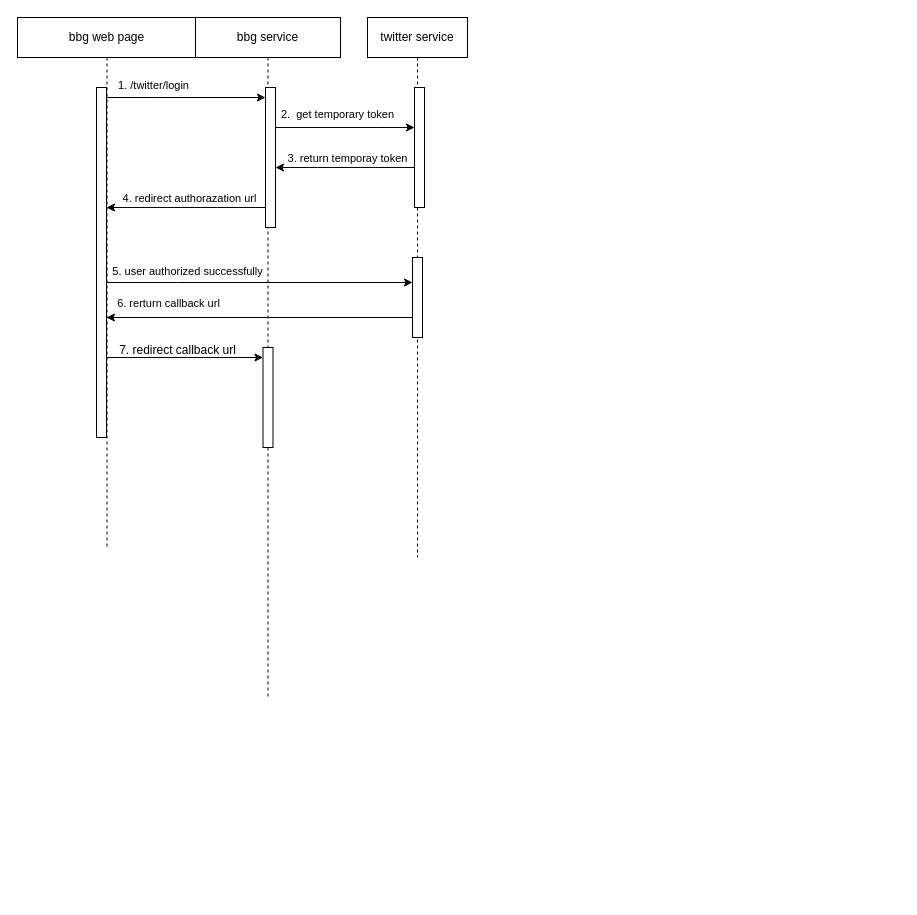
Earlier version of the draw.io diagram uml/bbg- twitter-signup.drawio (wokoemp/chart-repo). Source tidied: cells renumbered, new cells numbered last; positions are measured from the earlier drawing's top-left corner, leaving out a move shared by most shapes. Both pictures are drawn from the tidied source at 100%, with x=0, y=0 at pixel (17, 17).
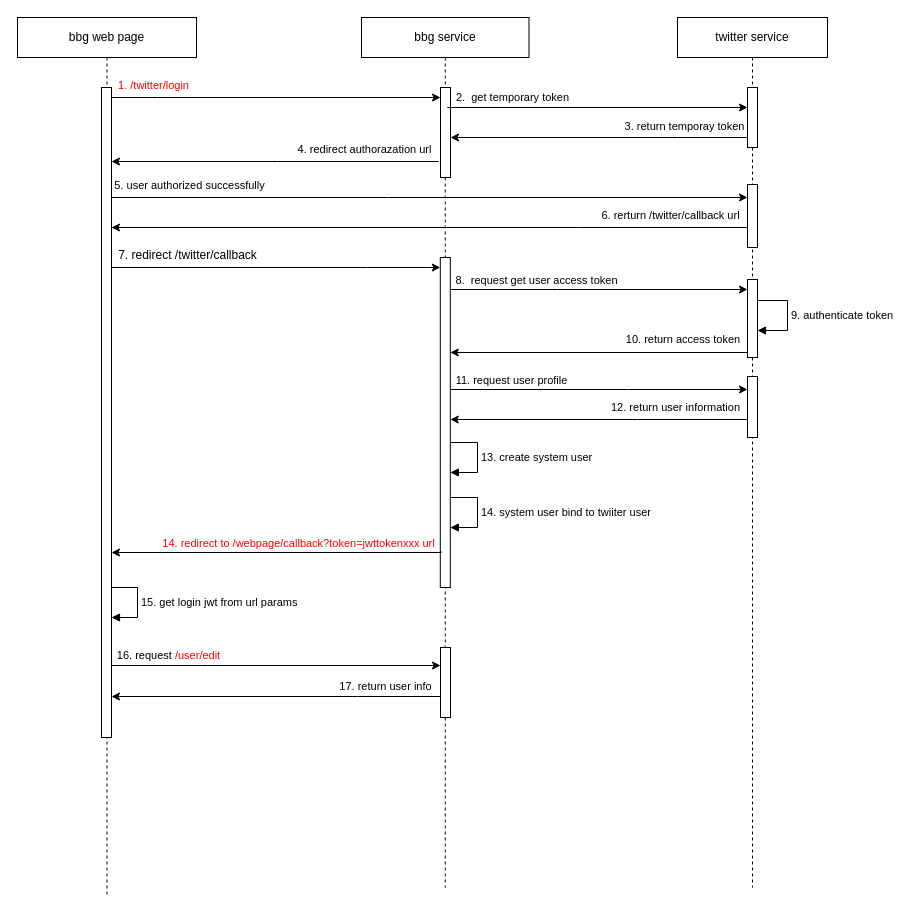
After the change.

Unchanged cells that the change refers to:
```xml
<mxCell id="10" style="edgeStyle=orthogonalEdgeStyle;rounded=0;jettySize=auto;html=1;curved=0;" parent="1" edge="1" source="3" target="5">
  <mxGeometry relative="1" as="geometry">
    <Array as="points">
      <mxPoint x="140" y="80" />
      <mxPoint x="140" y="80" />
    </Array>
  </mxGeometry>
</mxCell>
```

The edit, as a diff of the source:
```diff
@@
     <mxCell id="2" value="bbg web page" style="shape=umlLifeline;perimeter=lifelinePerimeter;whiteSpace=wrap;html=1;newEdgeStyle={&quot;curved&quot;:0,&quot;rounded&quot;:0};" parent="1" vertex="1">
-      <mxGeometry width="179" height="530" as="geometry" />
+      <mxGeometry width="179" height="880" as="geometry" />
     </mxCell>
     <mxCell id="3" style="html=1;points=[[0,0,0,0,5],[0,1,0,0,-5],[1,0,0,0,5],[1,1,0,0,-5]];perimeter=orthogonalPerimeter;outlineConnect=0;targetShapes=umlLifeline;portConstraint=eastwest;newEdgeStyle={&quot;curved&quot;:0,&quot;rounded&quot;:0};" parent="2" vertex="1">
-      <mxGeometry x="79" y="70" width="10" height="350" as="geometry" />
+      <mxGeometry x="84" y="70" width="10" height="650" as="geometry" />
     </mxCell>
+    <mxCell id="24" value="15. get login jwt from url params" style="html=1;align=left;spacingLeft=2;endArrow=block;rounded=0;edgeStyle=orthogonalEdgeStyle;curved=0;rounded=0;" parent="2" edge="1" source="3" target="3">
+      <mxGeometry relative="1" as="geometry">
+        <Array as="points">
+          <mxPoint x="120" y="570" />
+          <mxPoint x="120" y="600" />
+        </Array>
+      </mxGeometry>
+    </mxCell>
     <mxCell id="4" value="bbg service" style="shape=umlLifeline;perimeter=lifelinePerimeter;whiteSpace=wrap;html=1;newEdgeStyle={&quot;curved&quot;:0,&quot;rounded&quot;:0};" parent="1" vertex="1">
-      <mxGeometry x="178" width="145" height="680" as="geometry" />
+      <mxGeometry x="344" width="167.5" height="870" as="geometry" />
     </mxCell>
     <mxCell id="5" style="html=1;points=[[0,0,0,0,5],[0,1,0,0,-5],[1,0,0,0,5],[1,1,0,0,-5]];perimeter=orthogonalPerimeter;outlineConnect=0;targetShapes=umlLifeline;portConstraint=eastwest;newEdgeStyle={&quot;curved&quot;:0,&quot;rounded&quot;:0};" parent="4" vertex="1">
-      <mxGeometry x="70" y="70" width="10" height="140" as="geometry" />
+      <mxGeometry x="79" y="70" width="10" height="90" as="geometry" />
     </mxCell>
     <mxCell id="6" style="html=1;points=[[0,0,0,0,5],[0,1,0,0,-5],[1,0,0,0,5],[1,1,0,0,-5]];perimeter=orthogonalPerimeter;outlineConnect=0;targetShapes=umlLifeline;portConstraint=eastwest;newEdgeStyle={&quot;curved&quot;:0,&quot;rounded&quot;:0};" parent="4" vertex="1">
-      <mxGeometry x="67.5" y="330" width="10" height="100" as="geometry" />
+      <mxGeometry x="78.8" y="240" width="10" height="330" as="geometry" />
     </mxCell>
+    <mxCell id="25" value="13. create system user" style="html=1;align=left;spacingLeft=2;endArrow=block;rounded=0;edgeStyle=orthogonalEdgeStyle;curved=0;rounded=0;" parent="4" edge="1" source="6" target="6">
+      <mxGeometry relative="1" as="geometry">
+        <Array as="points">
+          <mxPoint x="116" y="425" />
+          <mxPoint x="116" y="455" />
+        </Array>
+      </mxGeometry>
+    </mxCell>
+    <mxCell id="26" value="14. system user bind to twiiter user&amp;nbsp;" style="html=1;align=left;spacingLeft=2;endArrow=block;rounded=0;edgeStyle=orthogonalEdgeStyle;curved=0;rounded=0;" parent="4" edge="1" source="6" target="6">
+      <mxGeometry relative="1" as="geometry">
+        <Array as="points">
+          <mxPoint x="116" y="480" />
+          <mxPoint x="116" y="510" />
+        </Array>
+      </mxGeometry>
+    </mxCell>
+    <mxCell id="27" style="html=1;perimeter=orthogonalPerimeter;targetShapes=umlLifeline;newEdgeStyle={&quot;curved&quot;:0,&quot;rounded&quot;:0};" parent="4" vertex="1">
+      <mxGeometry x="79" y="630" width="10" height="70" as="geometry" />
+    </mxCell>
     <mxCell id="7" value="twitter service" style="shape=umlLifeline;perimeter=lifelinePerimeter;whiteSpace=wrap;html=1;newEdgeStyle={&quot;curved&quot;:0,&quot;rounded&quot;:0};" parent="1" vertex="1">
-      <mxGeometry x="350" width="100" height="540" as="geometry" />
+      <mxGeometry x="660" width="150" height="870" as="geometry" />
     </mxCell>
     <mxCell id="8" style="html=1;points=[[0,0,0,0,5],[0,1,0,0,-5],[1,0,0,0,5],[1,1,0,0,-5]];perimeter=orthogonalPerimeter;outlineConnect=0;targetShapes=umlLifeline;portConstraint=eastwest;newEdgeStyle={&quot;curved&quot;:0,&quot;rounded&quot;:0};" parent="7" vertex="1">
-      <mxGeometry x="47" y="70" width="10" height="120" as="geometry" />
+      <mxGeometry x="70" y="70" width="10" height="60" as="geometry" />
     </mxCell>
     <mxCell id="9" style="html=1;points=[[0,0,0,0,5],[0,1,0,0,-5],[1,0,0,0,5],[1,1,0,0,-5]];perimeter=orthogonalPerimeter;outlineConnect=0;targetShapes=umlLifeline;portConstraint=eastwest;newEdgeStyle={&quot;curved&quot;:0,&quot;rounded&quot;:0};" parent="7" vertex="1">
-      <mxGeometry x="45" y="240" width="10" height="80" as="geometry" />
+      <mxGeometry x="70" y="167" width="10" height="63" as="geometry" />
     </mxCell>
+    <mxCell id="28" style="html=1;perimeter=orthogonalPerimeter;targetShapes=umlLifeline;newEdgeStyle={&quot;curved&quot;:0,&quot;rounded&quot;:0};" parent="7" vertex="1">
+      <mxGeometry x="70" y="262" width="10" height="78" as="geometry" />
+    </mxCell>
+    <mxCell id="29" value="9. authenticate token&amp;nbsp;&amp;nbsp;" style="html=1;align=left;spacingLeft=2;endArrow=block;rounded=0;edgeStyle=orthogonalEdgeStyle;curved=0;rounded=0;" parent="7" edge="1">
+      <mxGeometry relative="1" as="geometry">
+        <mxPoint x="80" y="283" as="sourcePoint" />
+        <mxPoint x="80" y="313" as="targetPoint" />
+        <Array as="points">
+          <mxPoint x="110" y="283" />
+          <mxPoint x="110" y="313" />
+        </Array>
+      </mxGeometry>
+    </mxCell>
+    <mxCell id="30" style="html=1;perimeter=orthogonalPerimeter;targetShapes=umlLifeline;newEdgeStyle={&quot;curved&quot;:0,&quot;rounded&quot;:0};" parent="7" vertex="1">
+      <mxGeometry x="70" y="359" width="10" height="61" as="geometry" />
+    </mxCell>
@@
-    <mxCell id="11" value="1. /twitter/login" style="edgeLabel;html=1;align=center;verticalAlign=middle;" parent="10" vertex="1">
+    <mxCell id="11" value="&lt;font color=&quot;#ff0000&quot;&gt;1. /twitter/login&lt;/font&gt;" style="edgeLabel;html=1;align=center;verticalAlign=middle;" parent="10" vertex="1">
       <mxGeometry x="-0.8" y="2" relative="1" as="geometry">
-        <mxPoint x="30" y="-11" as="offset" />
+        <mxPoint x="8" y="-11" as="offset" />
       </mxGeometry>
     </mxCell>
-    <mxCell id="12" style="edgeStyle=orthogonalEdgeStyle;rounded=0;jettySize=auto;html=1;curved=0;" parent="1" edge="1" source="5" target="8">
+    <mxCell id="12" style="edgeStyle=orthogonalEdgeStyle;rounded=0;orthogonalLoop=1;jettySize=auto;html=1;curved=0;" parent="1" edge="1">
       <mxGeometry relative="1" as="geometry">
+        <mxPoint x="491" y="90" as="sourcePoint" />
+        <mxPoint x="730" y="90" as="targetPoint" />
         <Array as="points">
-          <mxPoint x="360" y="110" />
-          <mxPoint x="360" y="110" />
+          <mxPoint x="430" y="90" />
+          <mxPoint x="430" y="90" />
         </Array>
       </mxGeometry>
     </mxCell>
     <mxCell id="13" value="2.&amp;nbsp; get temporary token" style="edgeLabel;html=1;align=center;verticalAlign=middle;" parent="12" vertex="1">
       <mxGeometry x="-0.87" y="3" relative="1" as="geometry">
-        <mxPoint x="52" y="-11" as="offset" />
+        <mxPoint x="26" y="-14" as="offset" />
       </mxGeometry>
     </mxCell>
-    <mxCell id="14" style="edgeStyle=orthogonalEdgeStyle;rounded=0;jettySize=auto;html=1;curved=0;" parent="1" edge="1" source="8" target="5">
-      <mxGeometry relative="1" as="geometry">
-        <Array as="points">
-          <mxPoint x="300" y="150" />
-          <mxPoint x="300" y="150" />
-        </Array>
-      </mxGeometry>
-    </mxCell>
-    <mxCell id="15" value="3. return temporay token" style="edgeLabel;html=1;align=center;verticalAlign=middle;" parent="14" vertex="1">
-      <mxGeometry x="0.75" y="-3" relative="1" as="geometry">
-        <mxPoint x="54" y="-7" as="offset" />
-      </mxGeometry>
-    </mxCell>
-    <mxCell id="16" style="edgeStyle=orthogonalEdgeStyle;rounded=0;jettySize=auto;html=1;curved=0;" parent="1" edge="1" source="5" target="3">
+    <mxCell id="16" style="edgeStyle=orthogonalEdgeStyle;rounded=0;orthogonalLoop=1;jettySize=auto;html=1;curved=0;" parent="1" edge="1">
       <mxGeometry relative="1" as="geometry">
+        <mxPoint x="421" y="144" as="sourcePoint" />
+        <mxPoint x="94" y="144" as="targetPoint" />
         <Array as="points">
-          <mxPoint x="200" y="190" />
-          <mxPoint x="200" y="190" />
+          <mxPoint x="260" y="144" />
+          <mxPoint x="260" y="144" />
         </Array>
       </mxGeometry>
     </mxCell>
     <mxCell id="17" value="4. redirect authorazation url" style="edgeLabel;html=1;align=center;verticalAlign=middle;" parent="16" vertex="1">
       <mxGeometry x="0.72" y="-3" relative="1" as="geometry">
-        <mxPoint x="60" y="-7" as="offset" />
+        <mxPoint x="206" y="-10" as="offset" />
       </mxGeometry>
     </mxCell>
     <mxCell id="18" style="edgeStyle=orthogonalEdgeStyle;rounded=0;jettySize=auto;html=1;curved=0;" parent="1" edge="1" source="3" target="9">
       <mxGeometry relative="1" as="geometry">
         <Array as="points">
-          <mxPoint x="160" y="265" />
-          <mxPoint x="160" y="265" />
+          <mxPoint x="370" y="180" />
+          <mxPoint x="370" y="180" />
         </Array>
       </mxGeometry>
     </mxCell>
     <mxCell id="19" value="5. user authorized successfully" style="edgeLabel;html=1;align=center;verticalAlign=middle;" parent="18" vertex="1">
       <mxGeometry x="-0.9" relative="1" as="geometry">
-        <mxPoint x="65" y="-12" as="offset" />
+        <mxPoint x="45" y="-13" as="offset" />
       </mxGeometry>
     </mxCell>
     <mxCell id="20" style="edgeStyle=orthogonalEdgeStyle;rounded=0;jettySize=auto;html=1;curved=0;" parent="1" edge="1" source="9" target="3">
       <mxGeometry relative="1" as="geometry">
         <Array as="points">
-          <mxPoint x="250" y="300" />
-          <mxPoint x="250" y="300" />
+          <mxPoint x="560" y="210" />
+          <mxPoint x="560" y="210" />
         </Array>
       </mxGeometry>
     </mxCell>
-    <mxCell id="21" value="6. rerturn callback url" style="edgeLabel;html=1;align=center;verticalAlign=middle;" parent="20" vertex="1">
+    <mxCell id="21" value="6. rerturn /twitter/callback url" style="edgeLabel;html=1;align=center;verticalAlign=middle;" parent="20" vertex="1">
       <mxGeometry x="0.89" y="-4" relative="1" as="geometry">
-        <mxPoint x="44" y="-11" as="offset" />
+        <mxPoint x="523" y="-9" as="offset" />
       </mxGeometry>
     </mxCell>
     <mxCell id="22" style="edgeStyle=orthogonalEdgeStyle;rounded=0;jettySize=auto;html=1;curved=0;" parent="1" edge="1" source="3" target="6">
       <mxGeometry relative="1" as="geometry">
         <Array as="points">
-          <mxPoint x="170" y="340" />
-          <mxPoint x="170" y="340" />
+          <mxPoint x="350" y="250" />
+          <mxPoint x="350" y="250" />
         </Array>
       </mxGeometry>
     </mxCell>
-    <mxCell id="23" value="7. redirect callback url" style="text;html=1;align=center;verticalAlign=middle;strokeColor=none;fillColor=none;" parent="1" vertex="1">
-      <mxGeometry x="90" y="318" width="140" height="30" as="geometry" />
+    <mxCell id="23" value="7. redirect /twitter/callback" style="text;html=1;align=center;verticalAlign=middle;strokeColor=none;fillColor=none;" parent="1" vertex="1">
+      <mxGeometry x="90" y="223" width="160" height="30" as="geometry" />
     </mxCell>
+    <mxCell id="31" style="edgeStyle=orthogonalEdgeStyle;rounded=0;orthogonalLoop=1;jettySize=auto;html=1;curved=0;" parent="1" edge="1">
+      <mxGeometry relative="1" as="geometry">
+        <mxPoint x="432.8" y="272" as="sourcePoint" />
+        <mxPoint x="730" y="272" as="targetPoint" />
+        <Array as="points">
+          <mxPoint x="540" y="272" />
+          <mxPoint x="540" y="272" />
+        </Array>
+      </mxGeometry>
+    </mxCell>
+    <mxCell id="32" value="8.&amp;nbsp; request get user access token" style="edgeLabel;html=1;align=center;verticalAlign=middle;" parent="31" vertex="1">
+      <mxGeometry x="-0.81" y="2" relative="1" as="geometry">
+        <mxPoint x="58" y="-8" as="offset" />
+      </mxGeometry>
+    </mxCell>
+    <mxCell id="33" style="edgeStyle=orthogonalEdgeStyle;rounded=0;jettySize=auto;html=1;curved=0;" parent="1" edge="1" target="6">
+      <mxGeometry relative="1" as="geometry">
+        <mxPoint x="730" y="334" as="sourcePoint" />
+        <Array as="points">
+          <mxPoint x="730" y="335" />
+        </Array>
+      </mxGeometry>
+    </mxCell>
+    <mxCell id="34" value="10. return access token&amp;nbsp;" style="edgeLabel;html=1;align=center;verticalAlign=middle;" parent="33" vertex="1">
+      <mxGeometry x="0.77" y="-2" relative="1" as="geometry">
+        <mxPoint x="199" y="-12" as="offset" />
+      </mxGeometry>
+    </mxCell>
+    <mxCell id="35" style="edgeStyle=orthogonalEdgeStyle;rounded=0;orthogonalLoop=1;jettySize=auto;html=1;curved=0;" parent="1" edge="1">
+      <mxGeometry relative="1" as="geometry">
+        <mxPoint x="432.8" y="372" as="sourcePoint" />
+        <mxPoint x="730" y="372" as="targetPoint" />
+        <Array as="points">
+          <mxPoint x="610" y="372" />
+          <mxPoint x="610" y="372" />
+        </Array>
+      </mxGeometry>
+    </mxCell>
+    <mxCell id="36" value="11. request user profile" style="edgeLabel;html=1;align=center;verticalAlign=middle;" parent="35" vertex="1">
+      <mxGeometry x="-0.82" relative="1" as="geometry">
+        <mxPoint x="34" y="-10" as="offset" />
+      </mxGeometry>
+    </mxCell>
+    <mxCell id="14" style="edgeStyle=orthogonalEdgeStyle;rounded=0;jettySize=auto;html=1;curved=0;" parent="1" edge="1" source="8" target="5">
+      <mxGeometry relative="1" as="geometry">
+        <Array as="points">
+          <mxPoint x="660" y="120" />
+          <mxPoint x="660" y="120" />
+        </Array>
+      </mxGeometry>
+    </mxCell>
+    <mxCell id="15" value="3. return temporay token" style="edgeLabel;html=1;align=center;verticalAlign=middle;" parent="14" vertex="1">
+      <mxGeometry x="0.76" y="-4" relative="1" as="geometry">
+        <mxPoint x="197" y="-8" as="offset" />
+      </mxGeometry>
+    </mxCell>
+    <mxCell id="37" style="edgeStyle=orthogonalEdgeStyle;rounded=0;orthogonalLoop=1;jettySize=auto;html=1;curved=0;" parent="1" edge="1">
+      <mxGeometry relative="1" as="geometry">
+        <mxPoint x="730" y="402" as="sourcePoint" />
+        <mxPoint x="432.8" y="402" as="targetPoint" />
+        <Array as="points">
+          <mxPoint x="620" y="402" />
+          <mxPoint x="620" y="402" />
+        </Array>
+      </mxGeometry>
+    </mxCell>
+    <mxCell id="38" value="12. return user information" style="edgeLabel;html=1;align=center;verticalAlign=middle;" parent="37" vertex="1">
+      <mxGeometry x="0.83" y="-1" relative="1" as="geometry">
+        <mxPoint x="199" y="-12" as="offset" />
+      </mxGeometry>
+    </mxCell>
+    <mxCell id="39" style="edgeStyle=orthogonalEdgeStyle;rounded=0;orthogonalLoop=1;jettySize=auto;html=1;curved=0;" parent="1" edge="1">
+      <mxGeometry relative="1" as="geometry">
+        <mxPoint x="423.8" y="534" as="sourcePoint" />
+        <mxPoint x="94" y="535" as="targetPoint" />
+        <Array as="points">
+          <mxPoint x="424" y="535" />
+        </Array>
+      </mxGeometry>
+    </mxCell>
+    <mxCell id="40" value="14. redirect to /webpage/callback?token=jwttokenxxx url" style="edgeLabel;html=1;align=center;verticalAlign=middle;fontColor=#FF0000;" parent="39" vertex="1">
+      <mxGeometry x="0.81" y="-1" relative="1" as="geometry">
+        <mxPoint x="155" y="-9" as="offset" />
+      </mxGeometry>
+    </mxCell>
+    <mxCell id="41" style="edgeStyle=orthogonalEdgeStyle;rounded=0;orthogonalLoop=1;jettySize=auto;html=1;curved=0;" parent="1" edge="1">
+      <mxGeometry relative="1" as="geometry">
+        <mxPoint x="94" y="648" as="sourcePoint" />
+        <mxPoint x="423" y="648" as="targetPoint" />
+        <Array as="points">
+          <mxPoint x="190" y="648" />
+          <mxPoint x="190" y="648" />
+        </Array>
+      </mxGeometry>
+    </mxCell>
+    <mxCell id="42" value="16. request &lt;font color=&quot;#ff0000&quot;&gt;/user/edit&lt;/font&gt;" style="edgeLabel;html=1;align=center;verticalAlign=middle;" parent="41" vertex="1">
+      <mxGeometry x="-0.88" y="2" relative="1" as="geometry">
+        <mxPoint x="36" y="-9" as="offset" />
+      </mxGeometry>
+    </mxCell>
+    <mxCell id="43" style="edgeStyle=orthogonalEdgeStyle;rounded=0;orthogonalLoop=1;jettySize=auto;html=1;curved=0;" parent="1" edge="1">
+      <mxGeometry relative="1" as="geometry">
+        <mxPoint x="423" y="679" as="sourcePoint" />
+        <mxPoint x="94" y="679" as="targetPoint" />
+        <Array as="points">
+          <mxPoint x="340" y="679" />
+          <mxPoint x="340" y="679" />
+        </Array>
+      </mxGeometry>
+    </mxCell>
+    <mxCell id="44" value="17. return user info" style="edgeLabel;html=1;align=center;verticalAlign=middle;" parent="43" vertex="1">
+      <mxGeometry x="0.3" y="-3" relative="1" as="geometry">
+        <mxPoint x="158" y="-8" as="offset" />
+      </mxGeometry>
+    </mxCell>
```
